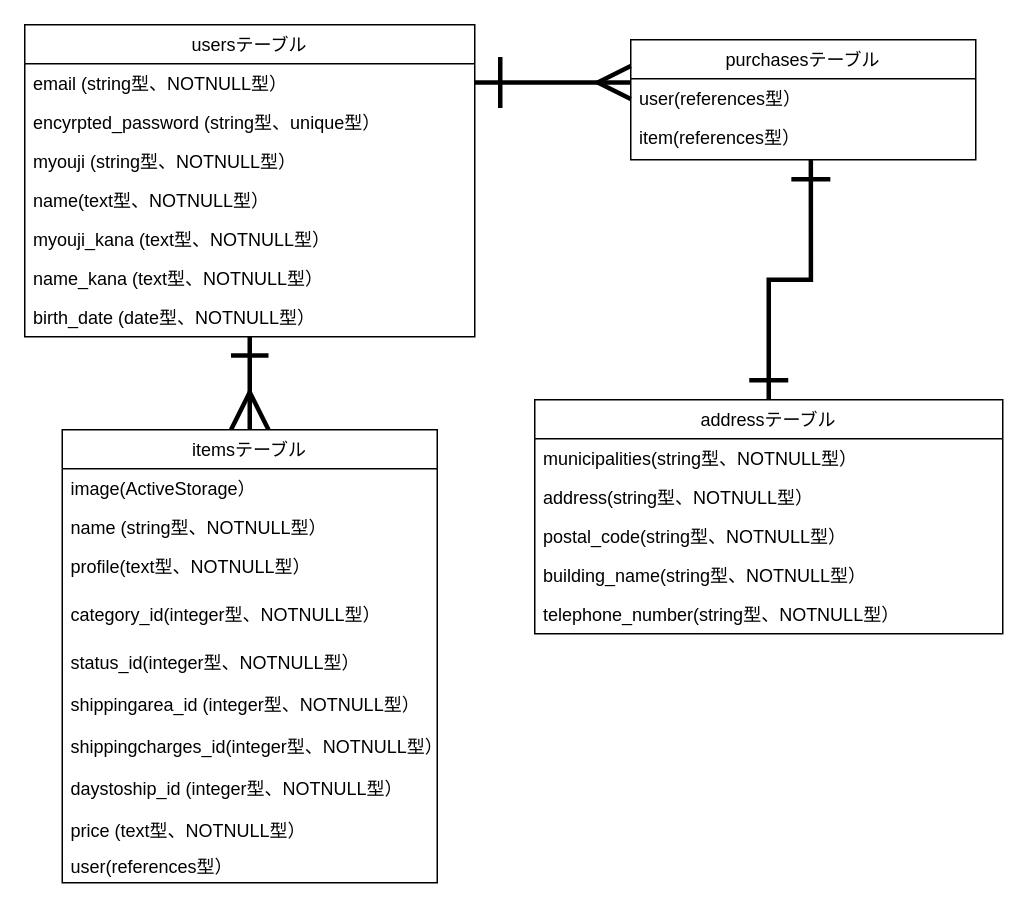
Earlier version of the draw.io diagram er図.dio (inoue1231/furima-36584). Source tidied: cells renumbered, new cells numbered last; positions are measured from the earlier drawing's top-left corner, leaving out a move shared by most shapes. Both pictures are drawn from the tidied source at 150%, with x=0, y=0 at pixel (24, 24).
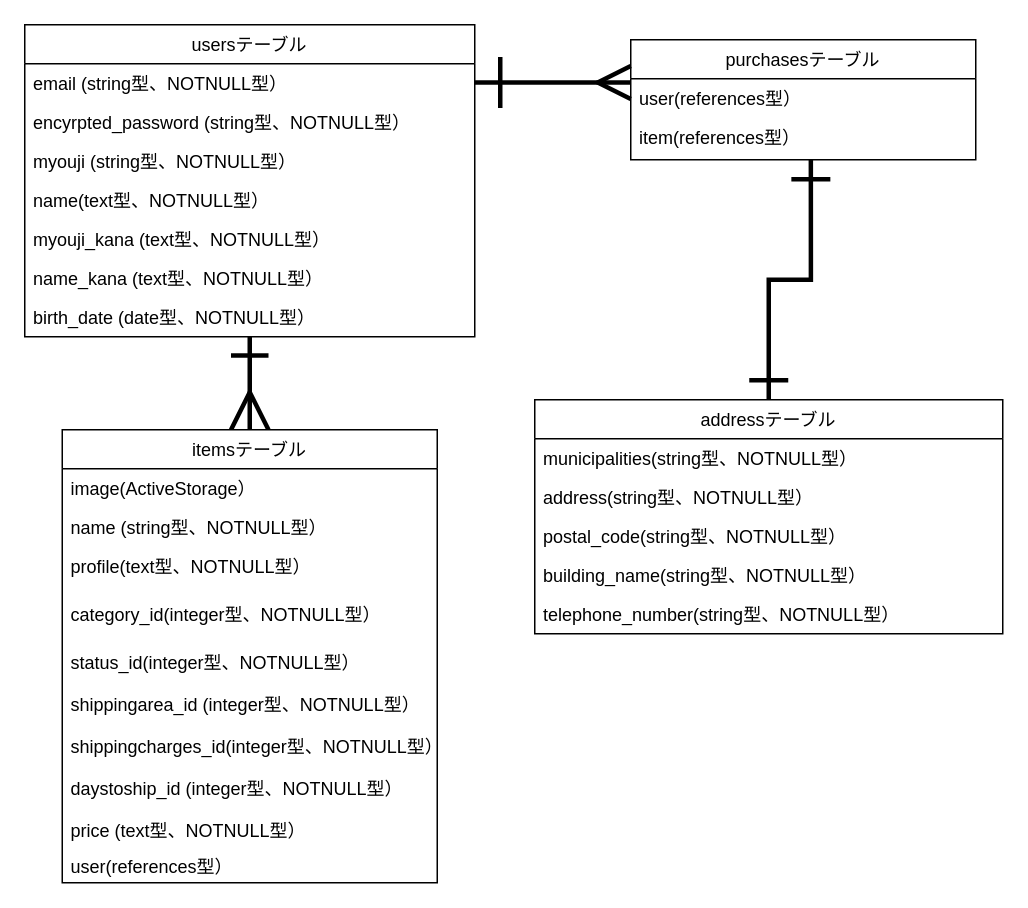
The same page after the edit.

The change refers to these unchanged cells:
```xml
<mxCell id="2" value="usersテーブル" style="swimlane;fontStyle=0;horizontal=1;startSize=26;" parent="1" vertex="1">
  <mxGeometry width="300" height="208" as="geometry" />
</mxCell>
```

Diff of the diagram source:
```diff
@@
-    <mxCell id="4" value="encyrpted_password (string型、unique型）" style="text;strokeColor=none;fillColor=none;align=left;verticalAlign=top;spacingLeft=4;spacingRight=4;overflow=hidden;" parent="2" vertex="1">
+    <mxCell id="4" value="encyrpted_password (string型、NOTNULL型）" style="text;strokeColor=none;fillColor=none;align=left;verticalAlign=top;spacingLeft=4;spacingRight=4;overflow=hidden;" parent="2" vertex="1">
       <mxGeometry y="52" width="300" height="26" as="geometry" />
     </mxCell>
```
